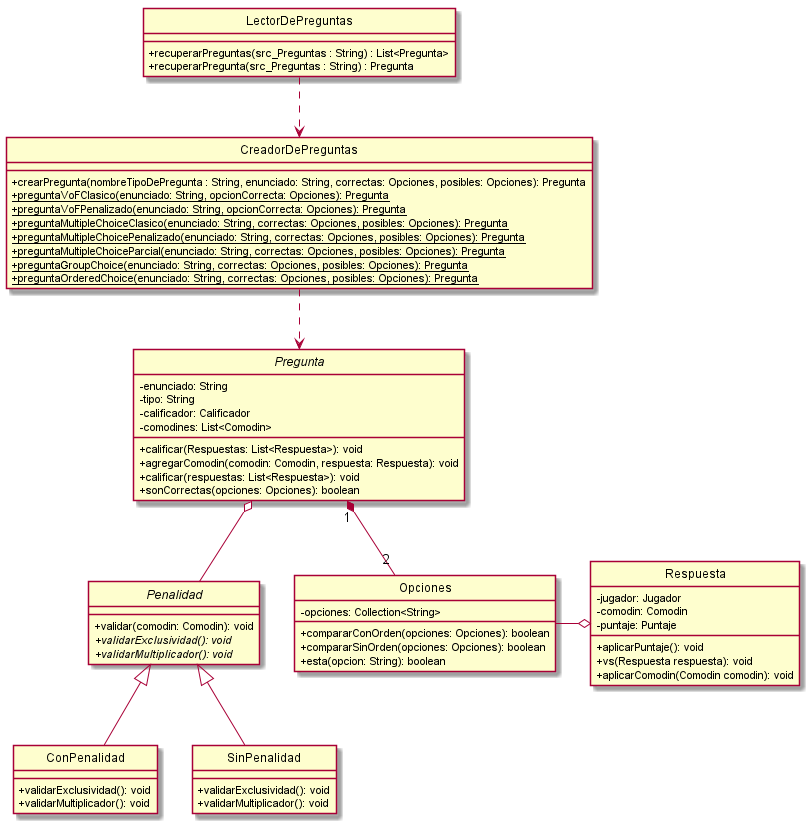
The PlantUML diagram src/main/java/edu/fiuba/algo3/Diagramas/png/DC/Pregunta.png in Alex1161/TP2, before a commit.
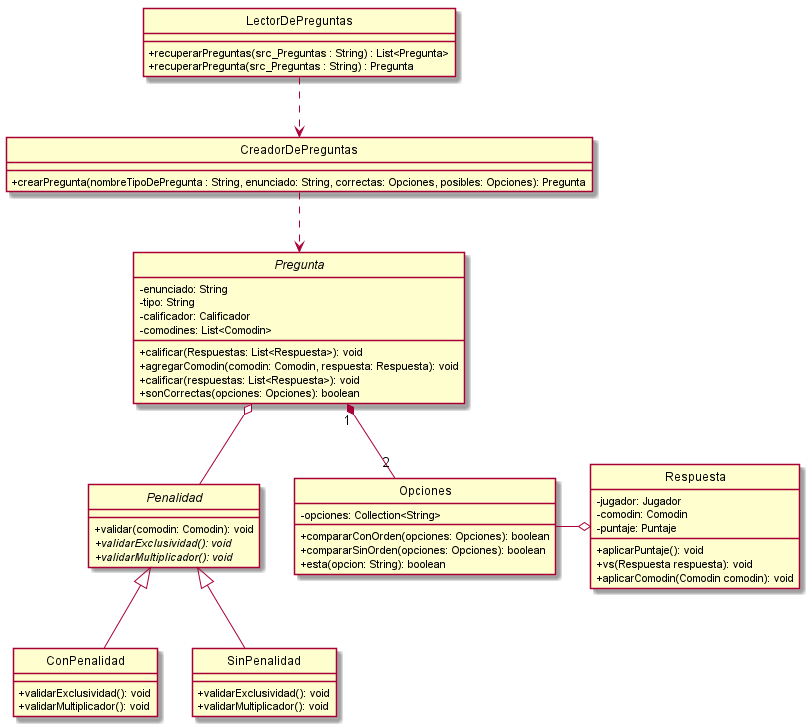
The same diagram one commit later.

The edit, as a diff of the source:
```diff
@@ -4,13 +4,6 @@
 
 class CreadorDePreguntas{
     +crearPregunta(nombreTipoDePregunta : String, enunciado: String, correctas: Opciones, posibles: Opciones): Pregunta
-    +{static}preguntaVoFClasico(enunciado: String, opcionCorrecta: Opciones): Pregunta
-    +{static}preguntaVoFPenalizado(enunciado: String, opcionCorrecta: Opciones): Pregunta
-    +{static}preguntaMultipleChoiceClasico(enunciado: String, correctas: Opciones, posibles: Opciones): Pregunta
-    +{static}preguntaMultipleChoicePenalizado(enunciado: String, correctas: Opciones, posibles: Opciones): Pregunta
-    +{static}preguntaMultipleChoiceParcial(enunciado: String, correctas: Opciones, posibles: Opciones): Pregunta
-    +{static}preguntaGroupChoice(enunciado: String, correctas: Opciones, posibles: Opciones): Pregunta
-    +{static}preguntaOrderedChoice(enunciado: String, correctas: Opciones, posibles: Opciones): Pregunta
 }
 
 class LectorDePreguntas{
```
